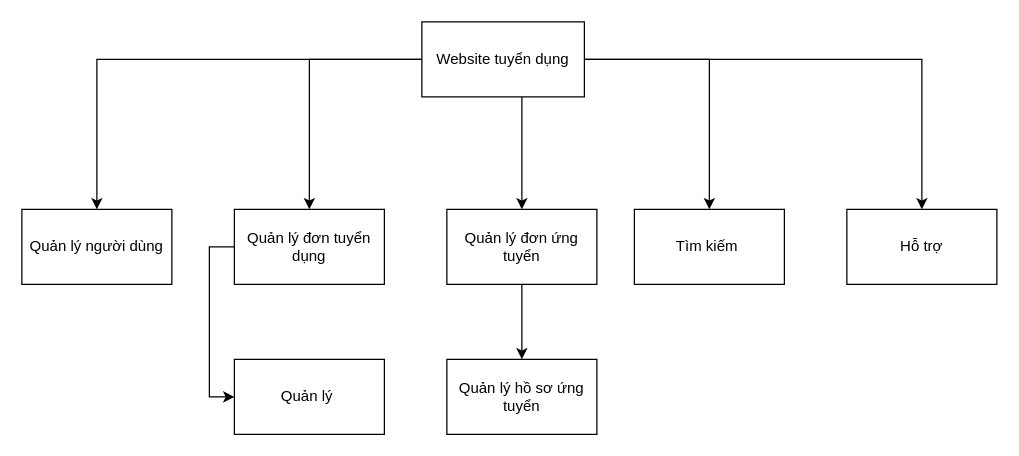
Earlier version of the draw.io diagram PHANRACHUCNANG.drawio (LeeTaDa/LeTatDat). Source tidied: cells renumbered, new cells numbered last; positions are measured from the earlier drawing's top-left corner, leaving out a move shared by most shapes. Both pictures are drawn from the tidied source at 125%, with x=0, y=0 at pixel (21, 21).
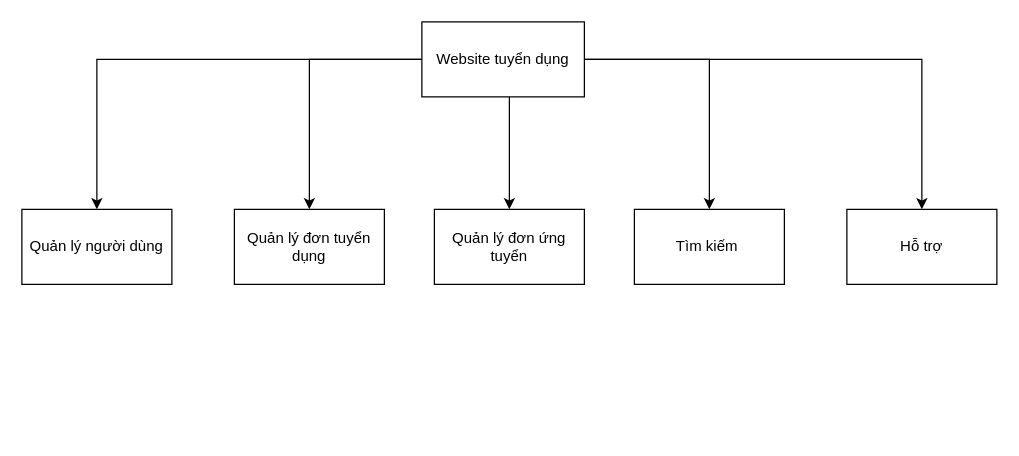
Above is the later version.

Change to the diagram source:
```diff
@@
 <mxGraphModel>
   <root>
     <mxCell id="0" />
     <mxCell id="1" parent="0" />
     <mxCell id="2" style="edgeStyle=orthogonalEdgeStyle;rounded=0;jettySize=auto;html=1;entryX=0.5;entryY=0;entryDx=0;entryDy=0;" parent="1" edge="1" source="6" target="8">
       <mxGeometry relative="1" as="geometry" />
     </mxCell>
     <mxCell id="3" style="edgeStyle=orthogonalEdgeStyle;rounded=0;jettySize=auto;html=1;entryX=0.5;entryY=0;entryDx=0;entryDy=0;" parent="1" edge="1" source="6" target="9">
       <mxGeometry relative="1" as="geometry" />
     </mxCell>
     <mxCell id="4" style="edgeStyle=orthogonalEdgeStyle;rounded=0;jettySize=auto;html=1;entryX=0.5;entryY=0;entryDx=0;entryDy=0;" parent="1" edge="1" source="6" target="13">
       <mxGeometry relative="1" as="geometry" />
     </mxCell>
     <mxCell id="5" style="edgeStyle=orthogonalEdgeStyle;rounded=0;jettySize=auto;html=1;entryX=0.5;entryY=0;entryDx=0;entryDy=0;" parent="1" edge="1" source="6" target="16">
       <mxGeometry relative="1" as="geometry" />
     </mxCell>
     <mxCell id="6" value="Website tuyển dụng" style="rounded=0;whiteSpace=wrap;html=1;" parent="1" vertex="1">
       <mxGeometry x="320" width="130" height="60" as="geometry" />
     </mxCell>
-    <mxCell id="7" style="edgeStyle=orthogonalEdgeStyle;rounded=0;jettySize=auto;html=1;entryX=0;entryY=0.5;entryDx=0;entryDy=0;exitX=0;exitY=0.5;exitDx=0;exitDy=0;" parent="1" edge="1" source="8" target="14">
-      <mxGeometry relative="1" as="geometry" />
-    </mxCell>
     <mxCell id="8" value="Quản lý đơn tuyển dụng" style="rounded=0;whiteSpace=wrap;html=1;" parent="1" vertex="1">
       <mxGeometry x="170" y="150" width="120" height="60" as="geometry" />
     </mxCell>
     <mxCell id="9" value="Tìm kiếm&amp;nbsp;" style="rounded=0;whiteSpace=wrap;html=1;" parent="1" vertex="1">
       <mxGeometry x="490" y="150" width="120" height="60" as="geometry" />
     </mxCell>
-    <mxCell id="10" style="edgeStyle=orthogonalEdgeStyle;rounded=0;jettySize=auto;html=1;entryX=0.5;entryY=0;entryDx=0;entryDy=0;" parent="1" edge="1" source="11" target="15">
-      <mxGeometry relative="1" as="geometry" />
-    </mxCell>
     <mxCell id="11" value="Quản lý đơn ứng tuyển" style="rounded=0;whiteSpace=wrap;html=1;" parent="1" vertex="1">
-      <mxGeometry x="340" y="150" width="120" height="60" as="geometry" />
+      <mxGeometry x="330" y="150" width="120" height="60" as="geometry" />
     </mxCell>
     <mxCell id="12" style="edgeStyle=orthogonalEdgeStyle;rounded=0;jettySize=auto;html=1;entryX=0.5;entryY=0;entryDx=0;entryDy=0;" parent="1" edge="1" source="6" target="11">
       <mxGeometry relative="1" as="geometry">
         <Array as="points">
-          <mxPoint x="400" y="120" />
-          <mxPoint x="400" y="120" />
+          <mxPoint x="390" y="150" />
         </Array>
       </mxGeometry>
     </mxCell>
     <mxCell id="13" value="Quản lý người dùng" style="rounded=0;whiteSpace=wrap;html=1;" parent="1" vertex="1">
       <mxGeometry y="150" width="120" height="60" as="geometry" />
     </mxCell>
-    <mxCell id="14" value="Quản lý&amp;nbsp;" style="rounded=0;whiteSpace=wrap;html=1;" parent="1" vertex="1">
-      <mxGeometry x="170" y="270" width="120" height="60" as="geometry" />
-    </mxCell>
-    <mxCell id="15" value="Quản lý hồ sơ ứng tuyển" style="rounded=0;whiteSpace=wrap;html=1;" parent="1" vertex="1">
-      <mxGeometry x="340" y="270" width="120" height="60" as="geometry" />
-    </mxCell>
     <mxCell id="16" value="Hỗ trợ" style="rounded=0;whiteSpace=wrap;html=1;" parent="1" vertex="1">
       <mxGeometry x="660" y="150" width="120" height="60" as="geometry" />
     </mxCell>
   </root>
 </mxGraphModel>
```
